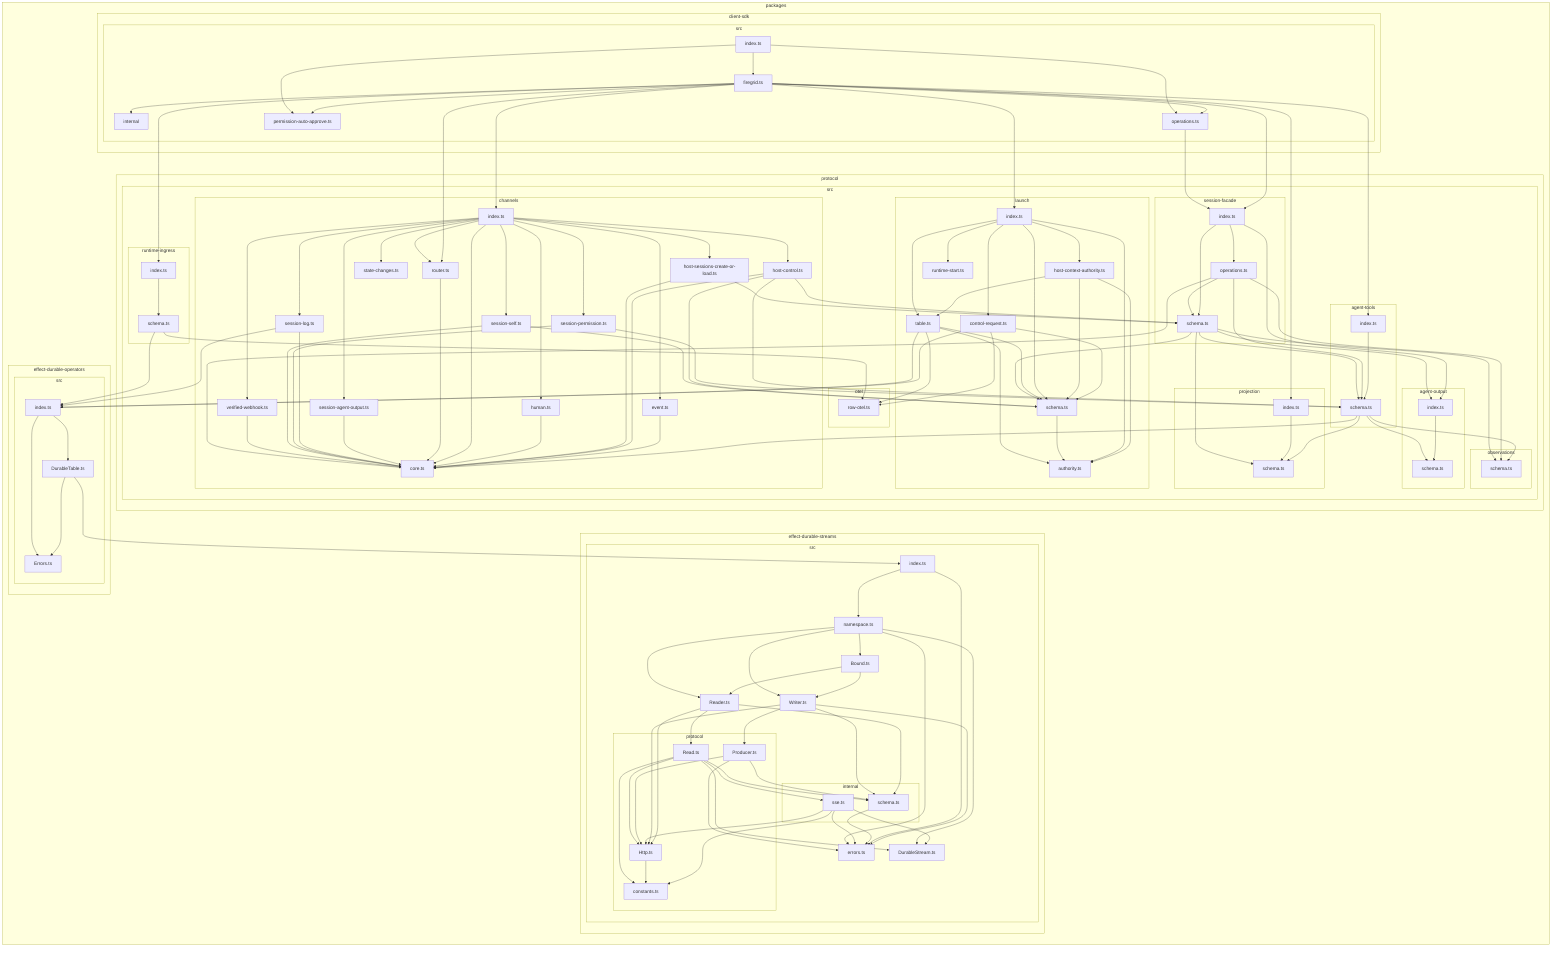
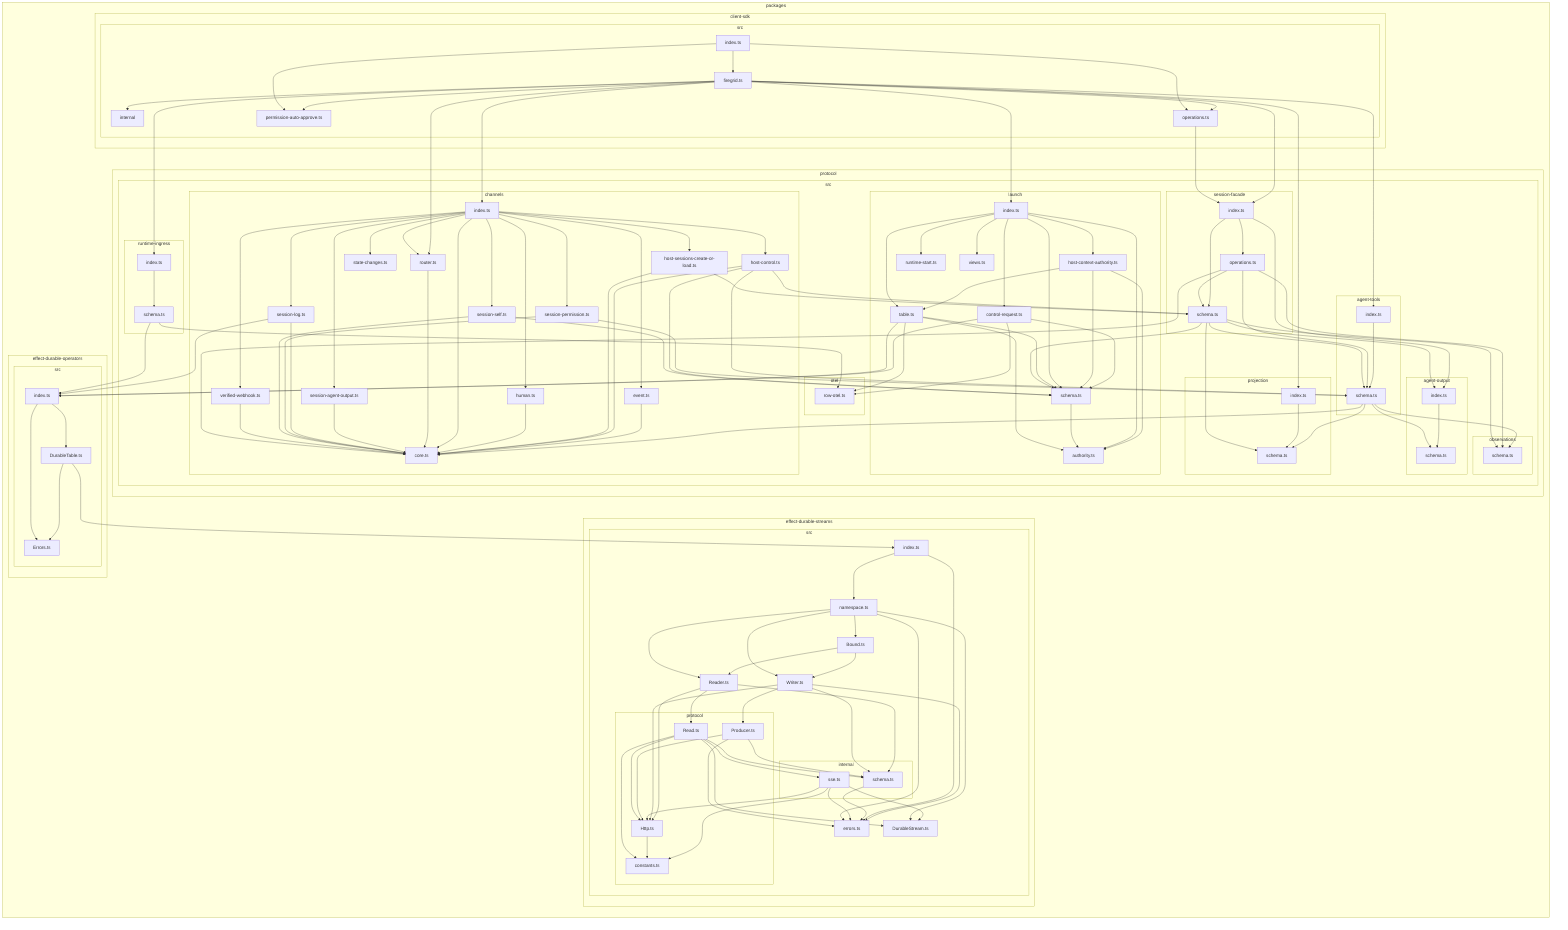
flowchart LR

subgraph 0["packages"]
subgraph 1["client-sdk"]
subgraph 2["src"]
3["firegrid.ts"]
4["index.ts"]
5["internal"]
6["operations.ts"]
7["permission-auto-approve.ts"]
end
end
subgraph 8["effect-durable-operators"]
subgraph 9["src"]
A["DurableTable.ts"]
B["Errors.ts"]
C["index.ts"]
end
end
subgraph D["effect-durable-streams"]
subgraph E["src"]
F["Bound.ts"]
G["DurableStream.ts"]
H["Reader.ts"]
I["Writer.ts"]
J["errors.ts"]
K["index.ts"]
subgraph L["internal"]
M["schema.ts"]
N["sse.ts"]
end
O["namespace.ts"]
subgraph P["protocol"]
Q["Http.ts"]
R["Producer.ts"]
S["Read.ts"]
T["constants.ts"]
end
end
end
subgraph U["protocol"]
subgraph V["src"]
subgraph W["agent-output"]
X["index.ts"]
Y["schema.ts"]
end
subgraph Z["agent-tools"]
10["index.ts"]
11["schema.ts"]
end
subgraph 12["channels"]
13["core.ts"]
14["event.ts"]
15["host-control.ts"]
16["host-sessions-create-or-load.ts"]
17["human.ts"]
18["index.ts"]
19["router.ts"]
1A["session-agent-output.ts"]
1B["session-log.ts"]
1C["session-permission.ts"]
1D["session-self.ts"]
1E["state-changes.ts"]
1F["verified-webhook.ts"]
end
subgraph 1G["launch"]
1H["authority.ts"]
1I["control-request.ts"]
1J["host-context-authority.ts"]
1K["index.ts"]
1L["runtime-start.ts"]
1M["schema.ts"]
1N["table.ts"]
- end
- subgraph 1O["observations"]
- 1P["schema.ts"]
- end
- subgraph 1Q["otel"]
- 1R["row-otel.ts"]
- end
- subgraph 1S["projection"]
- 1T["index.ts"]
- 1U["schema.ts"]
- end
- subgraph 1V["runtime-ingress"]
- 1W["index.ts"]
- 1X["schema.ts"]
- end
- subgraph 1Y["session-facade"]
- 1Z["index.ts"]
- 20["operations.ts"]
- 21["schema.ts"]
+ 1O["views.ts"]
+ end
+ subgraph 1P["observations"]
+ 1Q["schema.ts"]
+ end
+ subgraph 1R["otel"]
+ 1S["row-otel.ts"]
+ end
+ subgraph 1T["projection"]
+ 1U["index.ts"]
+ 1V["schema.ts"]
+ end
+ subgraph 1W["runtime-ingress"]
+ 1X["index.ts"]
+ 1Y["schema.ts"]
+ end
+ subgraph 1Z["session-facade"]
+ 20["index.ts"]
+ 21["operations.ts"]
+ 22["schema.ts"]
end
end
end
end
3-->5
3-->6
3-->7
3-->10
3-->18
3-->19
3-->1K
- 3-->1T
- 3-->1W
- 3-->1Z
+ 3-->1U
+ 3-->1X
+ 3-->20
4-->3
4-->6
4-->7
- 6-->1Z
+ 6-->20
A-->B
A-->K
C-->A
C-->B
F-->H
F-->I
H-->M
H-->Q
H-->S
I-->J
I-->M
I-->Q
I-->R
K-->J
K-->O
M-->J
N-->G
N-->J
N-->T
N-->Q
O-->F
O-->G
O-->J
O-->H
O-->I
Q-->T
R-->J
R-->M
R-->Q
S-->G
S-->M
S-->N
S-->T
S-->Q
X-->Y
10-->11
11-->Y
11-->13
- 11-->1P
- 11-->1U
+ 11-->1Q
+ 11-->1V
14-->13
15-->11
15-->1M
- 15-->21
+ 15-->22
15-->13
- 16-->21
+ 16-->22
16-->13
17-->13
18-->13
18-->14
18-->15
18-->16
18-->17
18-->19
18-->1A
18-->1B
18-->1C
18-->1D
18-->1E
18-->1F
19-->13
1A-->13
1B-->13
1B-->C
1C-->11
1C-->13
1D-->1M
1D-->13
1F-->13
- 1I-->1R
+ 1I-->1S
1I-->1M
1I-->C
1J-->1H
1J-->1M
1J-->1N
1K-->1H
1K-->1I
1K-->1J
1K-->1L
1K-->1M
1K-->1N
+ 1K-->1O
1M-->1H
- 1N-->1R
+ 1N-->1S
1N-->1H
1N-->1M
1N-->C
- 1T-->1U
- 1W-->1X
- 1X-->1R
- 1X-->C
- 1Z-->X
- 1Z-->20
- 1Z-->21
- 20-->11
- 20-->13
- 20-->1P
+ 1U-->1V
+ 1X-->1Y
+ 1Y-->1S
+ 1Y-->C
+ 20-->X
20-->21
- 21-->X
+ 20-->22
21-->11
- 21-->1M
- 21-->1P
- 21-->1U
+ 21-->13
+ 21-->1Q
+ 21-->22
+ 22-->X
+ 22-->11
+ 22-->1M
+ 22-->1Q
+ 22-->1V
